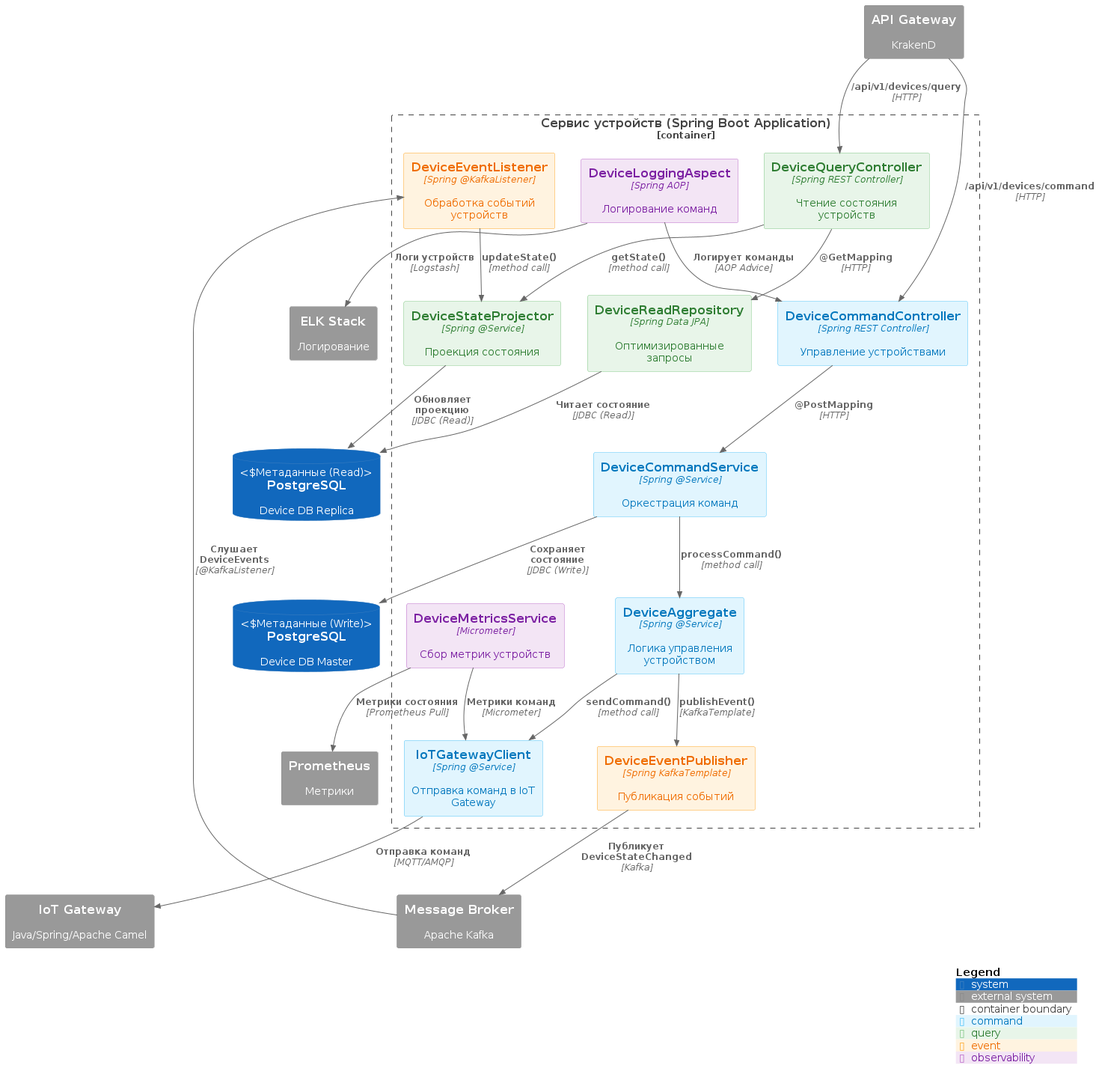
Before: c4-diagrams/component-diagrams/component-device-microservice.png, a diagram exported from PlantUML (NikitaRogozhyn777/architecture-sprint-3).
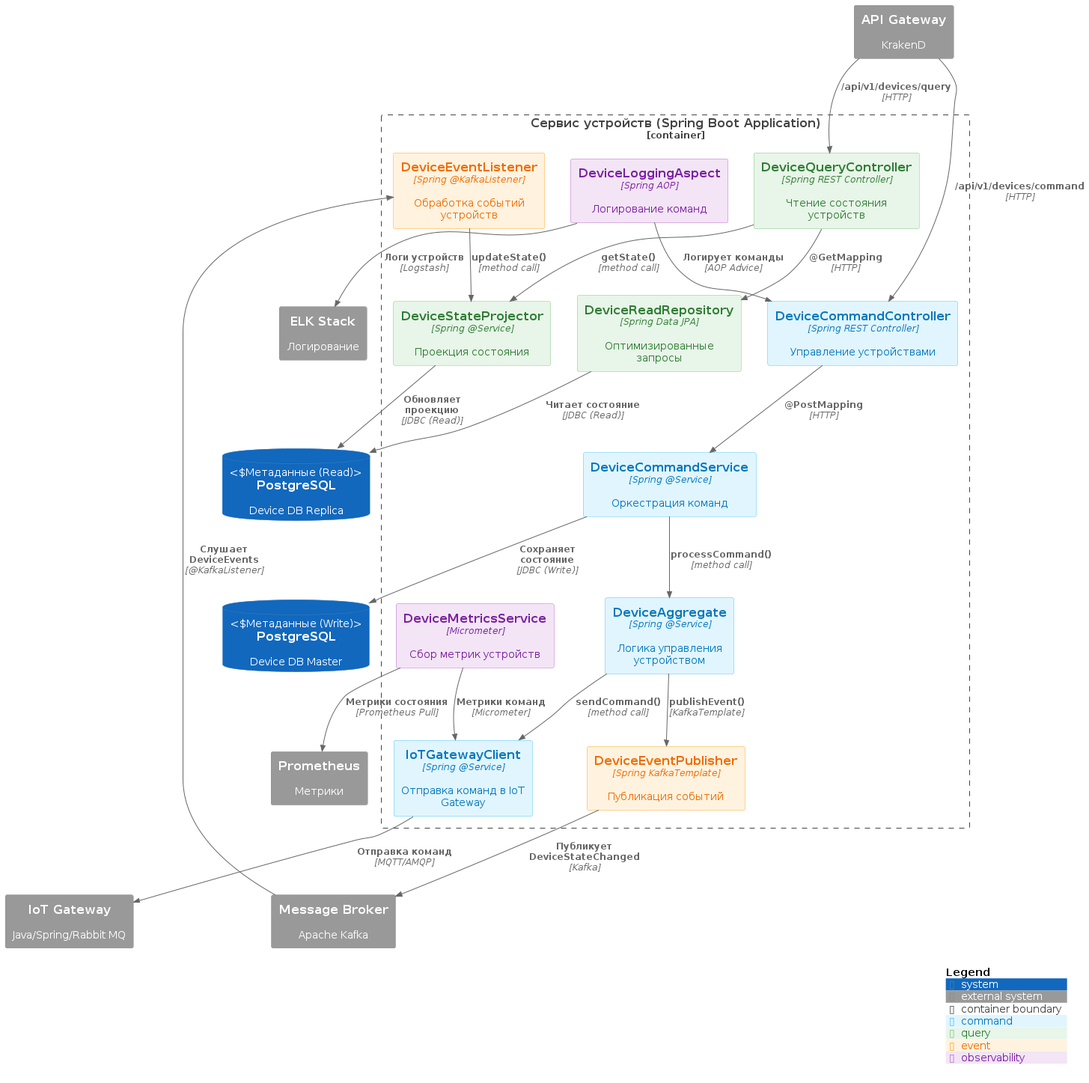
The same diagram one commit later.

Commit message:
4. Updated diagram for device-microservice

The edit, as a diff of the source:
```diff
@@ -39,7 +39,7 @@
 SystemDb(device_db_master, "PostgreSQL", "Device DB Master", "Метаданные (Write)")
 SystemDb(device_db_replica, "PostgreSQL", "Device DB Replica", "Метаданные (Read)")
 System_Ext(kafka, "Message Broker", "Apache Kafka")
-System_Ext(iot_gw, "IoT Gateway", "Java/Spring/Apache Camel")
+System_Ext(iot_gw, "IoT Gateway", "Java/Spring/Rabbit MQ")
 System_Ext(elk, "ELK Stack", "Логирование")
 System_Ext(prometheus, "Prometheus", "Метрики")
 
```
